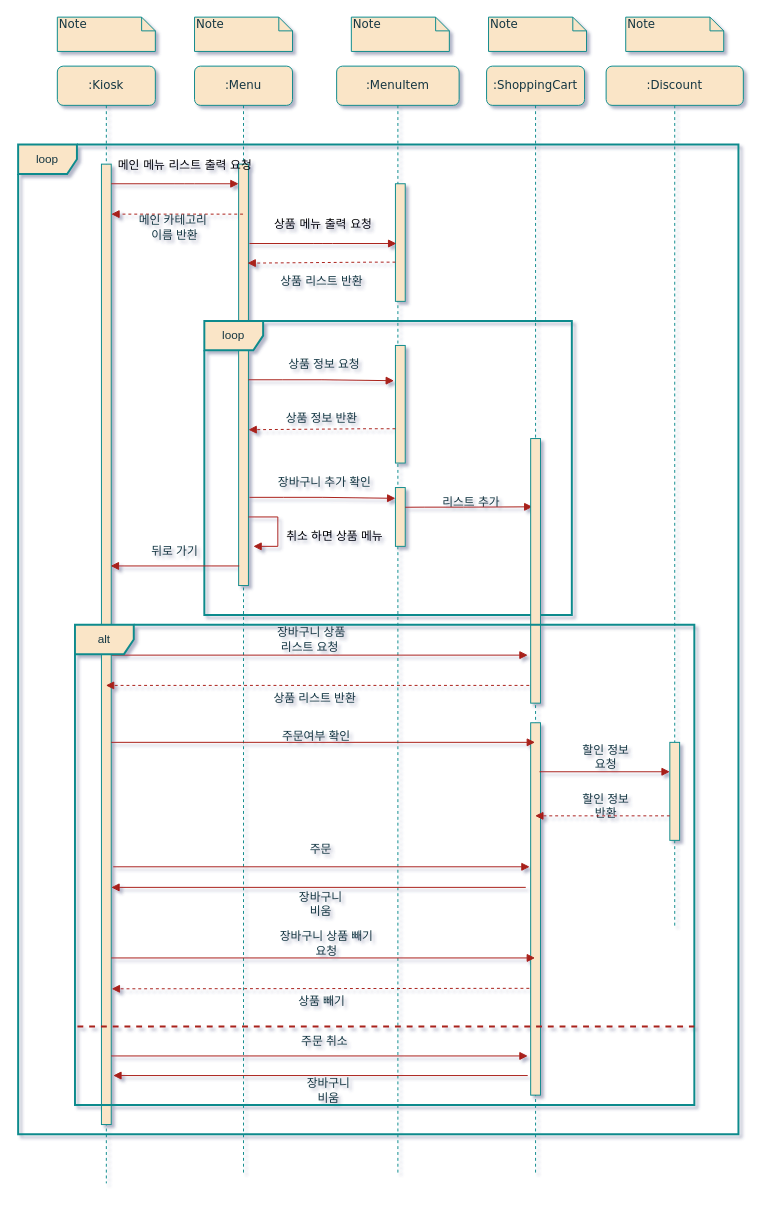
Before: 시퀀스 다이어그램.drawio in bopeep934/Kiosk, a draw.io diagram. Source tidied: cells renumbered, new cells numbered last; positions are measured from the earlier drawing's top-left corner, leaving out a move shared by most shapes. Both pictures are drawn from the tidied source at 98%, with x=0, y=0 at pixel (18, 17).
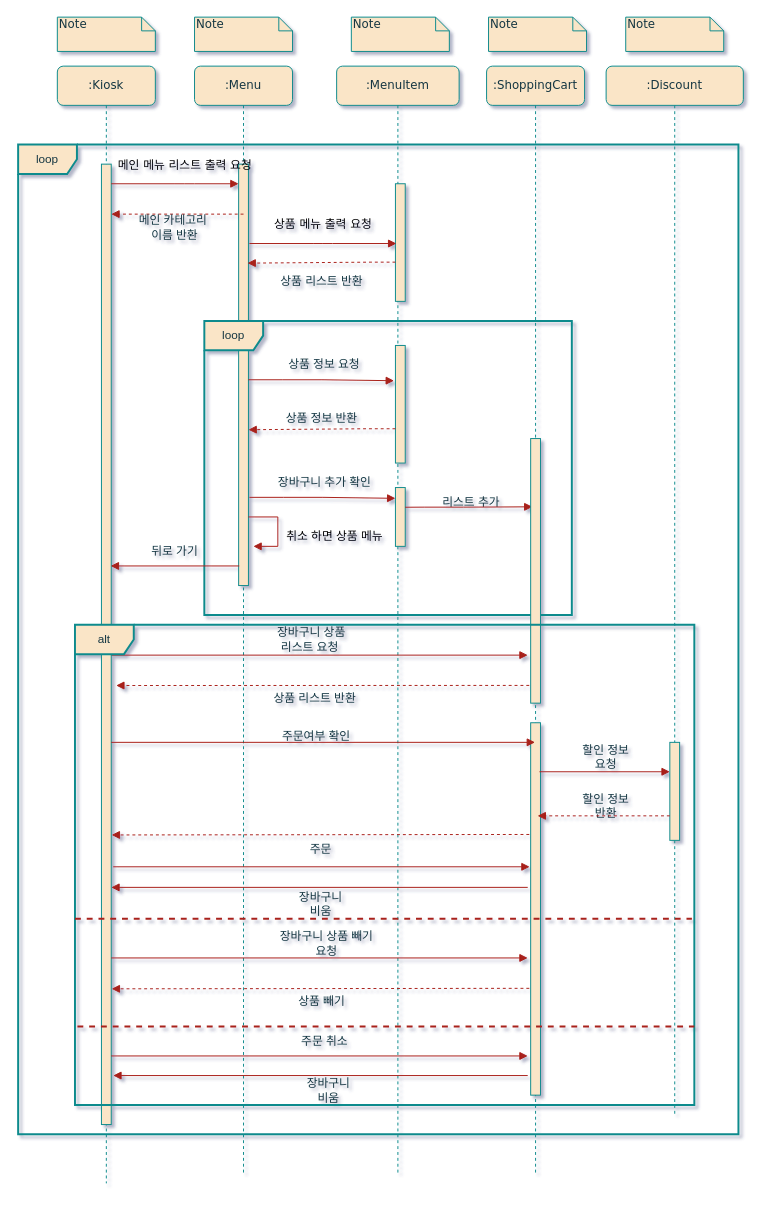
After the change.

Commit message:
시퀀스 다이어그램.drawio 업데이트

The change refers to these unchanged cells:
```xml
<mxCell id="2" value=":Menu" style="shape=umlLifeline;perimeter=lifelinePerimeter;whiteSpace=wrap;html=1;outlineConnect=0;rounded=1;shadow=0;comic=0;labelBackgroundColor=none;strokeWidth=1;fontFamily=Verdana;fontSize=12;align=center;fillColor=#FAE5C7;strokeColor=#0F8B8D;fontColor=#143642;" parent="1" vertex="1">
  <mxGeometry x="180" y="50" width="100" height="1130" as="geometry" />
</mxCell>
<mxCell id="16" value=":ShoppingCart" style="shape=umlLifeline;perimeter=lifelinePerimeter;whiteSpace=wrap;html=1;outlineConnect=0;rounded=1;shadow=0;comic=0;labelBackgroundColor=none;strokeWidth=1;fontFamily=Verdana;fontSize=12;align=center;fillColor=#FAE5C7;strokeColor=#0F8B8D;fontColor=#143642;" parent="5" vertex="1">
  <mxGeometry x="153" width="100" height="1130" as="geometry" />
</mxCell>
<mxCell id="17" style="html=1;points=[];perimeter=orthogonalPerimeter;rounded=0;shadow=0;comic=0;labelBackgroundColor=none;strokeWidth=1;fontFamily=Verdana;fontSize=12;align=center;fillColor=#FAE5C7;strokeColor=#0F8B8D;fontColor=#143642;" parent="16" vertex="1">
  <mxGeometry x="45" y="380" width="10" height="270" as="geometry" />
</mxCell>
<mxCell id="23" value=":Kiosk" style="shape=umlLifeline;perimeter=lifelinePerimeter;whiteSpace=wrap;html=1;outlineConnect=0;rounded=1;shadow=0;comic=0;labelBackgroundColor=none;strokeWidth=1;fontFamily=Verdana;fontSize=12;align=center;fillColor=#FAE5C7;strokeColor=#0F8B8D;fontColor=#143642;" parent="1" vertex="1">
  <mxGeometry x="40" y="50" width="100" height="1140" as="geometry" />
</mxCell>
```

Diff of the diagram source:
```diff
@@
     <mxCell id="20" value=":Discount" style="shape=umlLifeline;perimeter=lifelinePerimeter;whiteSpace=wrap;html=1;rounded=1;shadow=0;comic=0;labelBackgroundColor=none;strokeWidth=1;fontFamily=Verdana;fontSize=12;align=center;fillColor=#FAE5C7;strokeColor=#0F8B8D;fontColor=#143642;" parent="1" vertex="1">
-      <mxGeometry x="600" y="50" width="140" height="880" as="geometry" />
+      <mxGeometry x="600" y="50" width="140" height="1070" as="geometry" />
     </mxCell>
@@
-    <mxCell id="26" style="endArrow=block;html=1;rounded=0;endFill=1;labelBackgroundColor=none;strokeColor=#A8201A;fontColor=default;" parent="23" edge="1" target="16">
+    <mxCell id="26" style="endArrow=block;html=1;rounded=0;endFill=1;labelBackgroundColor=none;strokeColor=#A8201A;fontColor=default;" parent="23" edge="1">
       <mxGeometry relative="1" as="geometry">
         <mxPoint x="55" y="910" as="sourcePoint" />
+        <mxPoint x="480" y="910" as="targetPoint" />
       </mxGeometry>
     </mxCell>
@@
     <mxCell id="31" style="endArrow=block;html=1;rounded=0;endFill=1;labelBackgroundColor=none;strokeColor=#A8201A;fontColor=default;" parent="23" edge="1">
       <mxGeometry relative="1" as="geometry">
-        <mxPoint x="478" y="838" as="sourcePoint" />
+        <mxPoint x="480" y="838" as="sourcePoint" />
         <mxPoint x="55" y="838" as="targetPoint" />
       </mxGeometry>
     </mxCell>
@@
+    <mxCell id="66" style="endArrow=none;dashed=1;html=1;rounded=0;labelBackgroundColor=none;strokeColor=#A8201A;fontColor=default;strokeWidth=2;" parent="23" edge="1">
+      <mxGeometry relative="1" as="geometry">
+        <mxPoint x="18" y="870" as="sourcePoint" />
+        <mxPoint x="647.5" y="870" as="targetPoint" />
+      </mxGeometry>
+    </mxCell>
@@
-    <mxCell id="48" style="endArrow=block;html=1;rounded=0;endFill=1;dashed=1;labelBackgroundColor=none;strokeColor=#A8201A;fontColor=default;" parent="1" edge="1" source="2">
+    <mxCell id="48" style="endArrow=block;html=1;rounded=0;endFill=1;dashed=1;labelBackgroundColor=none;strokeColor=#A8201A;fontColor=default;" parent="1" edge="1">
       <mxGeometry relative="1" as="geometry">
+        <mxPoint x="230" y="201" as="sourcePoint" />
         <mxPoint x="95" y="201" as="targetPoint" />
         <Array as="points">
           <mxPoint x="208" y="201" />
         </Array>
       </mxGeometry>
     </mxCell>
@@
-    <mxCell id="59" style="endArrow=block;html=1;rounded=0;exitX=-0.144;exitY=0.933;exitDx=0;exitDy=0;exitPerimeter=0;dashed=1;endFill=1;labelBackgroundColor=none;strokeColor=#A8201A;fontColor=default;" parent="1" edge="1" source="17" target="23">
-      <mxGeometry relative="1" as="geometry" />
+    <mxCell id="59" style="endArrow=block;html=1;rounded=0;exitX=-0.144;exitY=0.933;exitDx=0;exitDy=0;exitPerimeter=0;dashed=1;endFill=1;labelBackgroundColor=none;strokeColor=#A8201A;fontColor=default;" parent="1" edge="1" source="17">
+      <mxGeometry relative="1" as="geometry">
+        <mxPoint x="100" y="682" as="targetPoint" />
+      </mxGeometry>
     </mxCell>
@@
-    <mxCell id="64" style="endArrow=block;html=1;rounded=0;endFill=1;labelBackgroundColor=none;strokeColor=#A8201A;fontColor=default;dashed=1;" parent="1" edge="1" target="16">
+    <mxCell id="64" style="endArrow=block;html=1;rounded=0;endFill=1;labelBackgroundColor=none;strokeColor=#A8201A;fontColor=default;dashed=1;" parent="1" edge="1">
       <mxGeometry relative="1" as="geometry">
         <mxPoint x="665" y="815" as="sourcePoint" />
+        <mxPoint x="530" y="815" as="targetPoint" />
       </mxGeometry>
     </mxCell>
@@
+    <mxCell id="67" style="endArrow=block;html=1;rounded=0;entryX=0.674;entryY=0.935;entryDx=0;entryDy=0;entryPerimeter=0;dashed=1;endFill=1;labelBackgroundColor=none;strokeColor=#A8201A;fontColor=default;" parent="1" edge="1">
+      <mxGeometry relative="1" as="geometry">
+        <mxPoint x="521.6" y="834" as="sourcePoint" />
+        <mxPoint x="95.4" y="834.5" as="targetPoint" />
+      </mxGeometry>
+    </mxCell>
```
